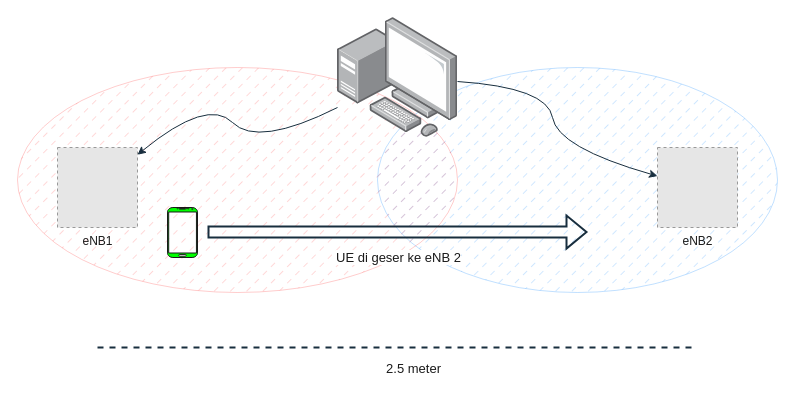
Above: screepsweet/system network.drawio in fajarmhr/drawiodump (draw.io), before the change. Source tidied: cells renumbered, new cells numbered last; positions are measured from the earlier drawing's top-left corner, leaving out a move shared by most shapes. Both pictures are drawn from the tidied source at 100%, with x=0, y=0 at pixel (17, 17). Pictures stored in the file or linked from it are replaced by grey dashed boxes.
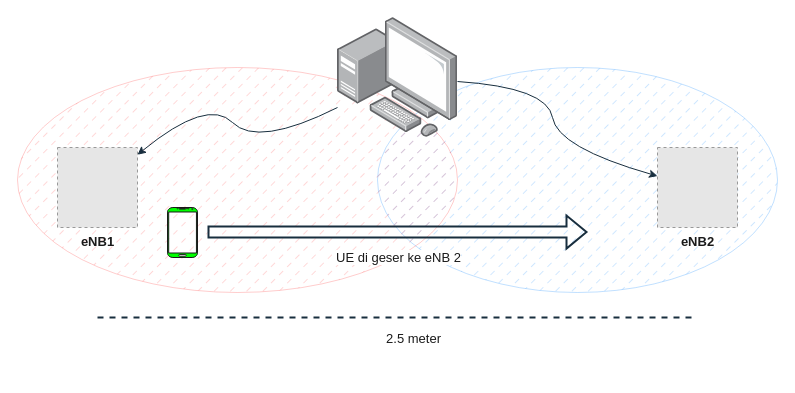
Above is the later version.

The edit, as a diff of the source:
```diff
@@
-    <mxCell id="5" value="eNB1" style="fillColor=#E6E6E6;strokeColor=#999999;dashed=1;html=1;verticalAlign=top;verticalLabelPosition=bottom;labelBackgroundColor=none;fontColor=#1A1A1A;" parent="1" vertex="1">
+    <mxCell id="5" value="&lt;font style=&quot;font-size: 13px;&quot;&gt;&lt;b&gt;eNB1&lt;/b&gt;&lt;/font&gt;" style="fillColor=#E6E6E6;strokeColor=#999999;dashed=1;html=1;verticalAlign=top;verticalLabelPosition=bottom;labelBackgroundColor=none;fontColor=#1A1A1A;" parent="1" vertex="1">
       <mxGeometry x="40" y="130" width="80" height="80" as="geometry" />
     </mxCell>
-    <mxCell id="6" value="eNB2" style="fillColor=#E6E6E6;strokeColor=#999999;dashed=1;html=1;verticalAlign=top;verticalLabelPosition=bottom;labelBackgroundColor=none;fontColor=#1A1A1A;" parent="1" vertex="1">
+    <mxCell id="6" value="&lt;font style=&quot;font-size: 13px;&quot;&gt;&lt;b&gt;eNB2&lt;/b&gt;&lt;/font&gt;" style="fillColor=#E6E6E6;strokeColor=#999999;dashed=1;html=1;verticalAlign=top;verticalLabelPosition=bottom;labelBackgroundColor=none;fontColor=#1A1A1A;" parent="1" vertex="1">
       <mxGeometry x="640" y="130" width="80" height="80" as="geometry" />
     </mxCell>
@@
     <mxCell id="9" style="endArrow=none;dashed=1;html=1;rounded=0;strokeWidth=2;fontSize=12;strokeColor=#182E3E;labelBackgroundColor=none;fontColor=default;" parent="1" edge="1">
       <mxGeometry relative="1" as="geometry">
-        <mxPoint x="80" y="330" as="sourcePoint" />
-        <mxPoint x="680" y="330" as="targetPoint" />
+        <mxPoint x="80" y="300" as="sourcePoint" />
+        <mxPoint x="680" y="300" as="targetPoint" />
       </mxGeometry>
     </mxCell>
```
